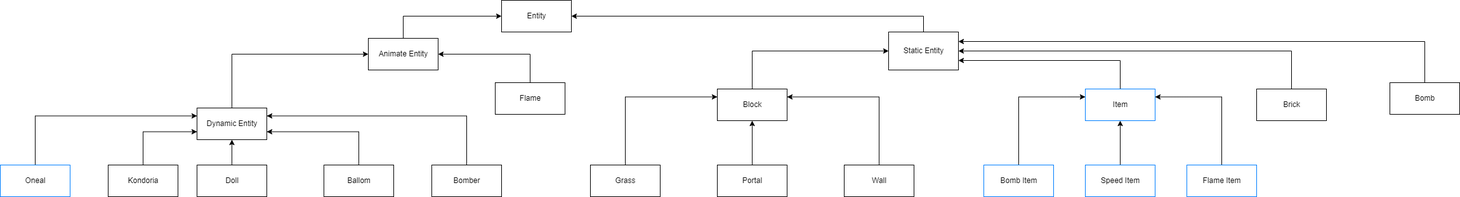
The draw.io diagram UML.png in Andrew-Bu1/BomberMan, before a commit. Source tidied: cells renumbered, new cells last; positions are measured from the earlier drawing's top-left corner, leaving out a move shared by most shapes.
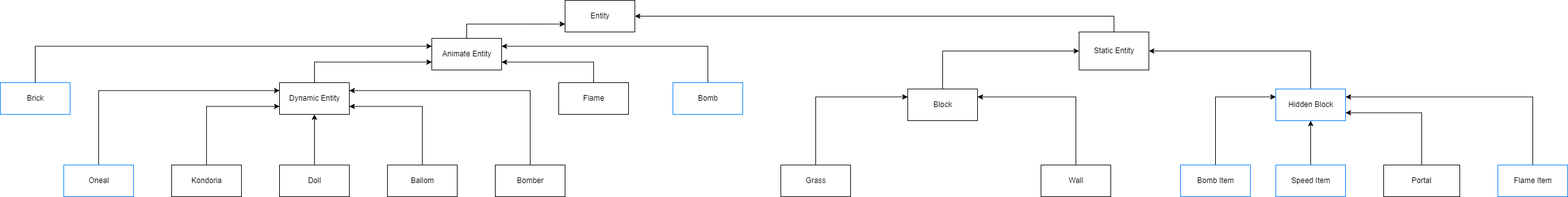
The same diagram one commit later.

Change to the diagram source:
```diff
@@ -5,7 +5,7 @@
     <mxCell id="2" value="Entity" style="html=1;" parent="1" vertex="1">
       <mxGeometry x="790" width="110" height="50" as="geometry" />
     </mxCell>
-    <mxCell id="3" style="edgeStyle=orthogonalEdgeStyle;rounded=0;jettySize=auto;html=1;exitX=0.5;exitY=0;exitDx=0;exitDy=0;entryX=0;entryY=0.5;entryDx=0;entryDy=0;" parent="1" edge="1" source="4" target="2">
+    <mxCell id="3" style="edgeStyle=orthogonalEdgeStyle;rounded=0;jettySize=auto;html=1;exitX=0.5;exitY=0;exitDx=0;exitDy=0;entryX=0;entryY=0.75;entryDx=0;entryDy=0;fillColor=#67AB9F;" parent="1" edge="1" source="4" target="2">
       <mxGeometry relative="1" as="geometry" />
     </mxCell>
     <mxCell id="4" value="Animate Entity" style="html=1;" parent="1" vertex="1">
@@ -15,19 +15,19 @@
       <mxGeometry relative="1" as="geometry" />
     </mxCell>
     <mxCell id="6" value="Static Entity" style="html=1;" parent="1" vertex="1">
-      <mxGeometry x="1400" y="50" width="110" height="60" as="geometry" />
+      <mxGeometry x="1600" y="50" width="110" height="60" as="geometry" />
     </mxCell>
-    <mxCell id="7" style="edgeStyle=orthogonalEdgeStyle;rounded=0;jettySize=auto;html=1;exitX=0.5;exitY=0;exitDx=0;exitDy=0;entryX=0;entryY=0.5;entryDx=0;entryDy=0;" parent="1" edge="1" source="8" target="4">
+    <mxCell id="7" style="edgeStyle=orthogonalEdgeStyle;rounded=0;jettySize=auto;html=1;exitX=0.5;exitY=0;exitDx=0;exitDy=0;entryX=0;entryY=0.75;entryDx=0;entryDy=0;fillColor=#67AB9F;" parent="1" edge="1" source="8" target="4">
       <mxGeometry relative="1" as="geometry" />
     </mxCell>
     <mxCell id="8" value="Dynamic Entity" style="html=1;" parent="1" vertex="1">
-      <mxGeometry x="310" y="170" width="110" height="50" as="geometry" />
+      <mxGeometry x="340" y="130" width="110" height="50" as="geometry" />
     </mxCell>
     <mxCell id="9" style="edgeStyle=orthogonalEdgeStyle;rounded=0;jettySize=auto;html=1;exitX=0.5;exitY=0;exitDx=0;exitDy=0;entryX=0.5;entryY=1;entryDx=0;entryDy=0;" parent="1" edge="1" source="10" target="8">
       <mxGeometry relative="1" as="geometry" />
     </mxCell>
     <mxCell id="10" value="Doll" style="html=1;" parent="1" vertex="1">
-      <mxGeometry x="310" y="260" width="110" height="50" as="geometry" />
+      <mxGeometry x="340" y="260" width="110" height="50" as="geometry" />
     </mxCell>
     <mxCell id="11" style="edgeStyle=orthogonalEdgeStyle;rounded=0;jettySize=auto;html=1;exitX=0.5;exitY=0;exitDx=0;exitDy=0;entryX=0;entryY=0.75;entryDx=0;entryDy=0;" parent="1" edge="1" source="12" target="8">
       <mxGeometry relative="1" as="geometry" />
@@ -53,7 +53,7 @@
     <mxCell id="18" value="Oneal" style="html=1;strokeColor=#007FFF;" parent="1" vertex="1">
       <mxGeometry y="260" width="110" height="50" as="geometry" />
     </mxCell>
-    <mxCell id="19" style="edgeStyle=orthogonalEdgeStyle;rounded=0;jettySize=auto;html=1;exitX=0.5;exitY=0;exitDx=0;exitDy=0;entryX=1;entryY=0.5;entryDx=0;entryDy=0;" parent="1" edge="1" source="20" target="4">
+    <mxCell id="19" style="edgeStyle=orthogonalEdgeStyle;rounded=0;jettySize=auto;html=1;exitX=0.5;exitY=0;exitDx=0;exitDy=0;entryX=1;entryY=0.75;entryDx=0;entryDy=0;fillColor=#67AB9F;" parent="1" edge="1" source="20" target="4">
       <mxGeometry relative="1" as="geometry" />
     </mxCell>
     <mxCell id="20" value="Flame" style="html=1;" parent="1" vertex="1">
@@ -63,61 +63,61 @@
       <mxGeometry relative="1" as="geometry" />
     </mxCell>
     <mxCell id="22" value="Block" style="html=1;" parent="1" vertex="1">
-      <mxGeometry x="1130" y="140" width="110" height="50" as="geometry" />
+      <mxGeometry x="1330" y="140" width="110" height="50" as="geometry" />
     </mxCell>
     <mxCell id="23" style="edgeStyle=orthogonalEdgeStyle;rounded=0;jettySize=auto;html=1;exitX=0.5;exitY=0;exitDx=0;exitDy=0;entryX=0;entryY=0.25;entryDx=0;entryDy=0;" parent="1" edge="1" source="24" target="22">
       <mxGeometry relative="1" as="geometry" />
     </mxCell>
     <mxCell id="24" value="Grass" style="html=1;" parent="1" vertex="1">
-      <mxGeometry x="930" y="260" width="110" height="50" as="geometry" />
+      <mxGeometry x="1130" y="260" width="110" height="50" as="geometry" />
     </mxCell>
-    <mxCell id="25" style="edgeStyle=orthogonalEdgeStyle;rounded=0;jettySize=auto;html=1;exitX=0.5;exitY=0;exitDx=0;exitDy=0;entryX=0.5;entryY=1;entryDx=0;entryDy=0;" parent="1" edge="1" source="26" target="22">
+    <mxCell id="25" style="edgeStyle=orthogonalEdgeStyle;rounded=0;jettySize=auto;html=1;exitX=0.5;exitY=0;exitDx=0;exitDy=0;entryX=1;entryY=0.25;entryDx=0;entryDy=0;" parent="1" edge="1" source="26" target="22">
       <mxGeometry relative="1" as="geometry" />
     </mxCell>
-    <mxCell id="26" value="Portal" style="html=1;" parent="1" vertex="1">
-      <mxGeometry x="1130" y="260" width="110" height="50" as="geometry" />
+    <mxCell id="26" value="Wall" style="html=1;" parent="1" vertex="1">
+      <mxGeometry x="1540" y="260" width="110" height="50" as="geometry" />
     </mxCell>
-    <mxCell id="27" style="edgeStyle=orthogonalEdgeStyle;rounded=0;jettySize=auto;html=1;exitX=0.5;exitY=0;exitDx=0;exitDy=0;entryX=1;entryY=0.25;entryDx=0;entryDy=0;fillColor=#67AB9F;" parent="1" edge="1" source="28" target="22">
-      <mxGeometry relative="1" as="geometry" />
-    </mxCell>
-    <mxCell id="28" value="Wall" style="html=1;" parent="1" vertex="1">
-      <mxGeometry x="1330" y="260" width="110" height="50" as="geometry" />
-    </mxCell>
-    <mxCell id="29" style="edgeStyle=orthogonalEdgeStyle;rounded=0;jettySize=auto;html=1;exitX=0.5;exitY=0;exitDx=0;exitDy=0;entryX=1;entryY=0.5;entryDx=0;entryDy=0;fillColor=#67AB9F;" parent="1" edge="1" source="30" target="6">
-      <mxGeometry relative="1" as="geometry" />
-    </mxCell>
-    <mxCell id="30" value="Brick" style="html=1;" parent="1" vertex="1">
-      <mxGeometry x="1980" y="140" width="110" height="50" as="geometry" />
-    </mxCell>
-    <mxCell id="31" style="edgeStyle=orthogonalEdgeStyle;rounded=0;jettySize=auto;html=1;exitX=0.5;exitY=0;exitDx=0;exitDy=0;entryX=1;entryY=0.25;entryDx=0;entryDy=0;fillColor=#67AB9F;" parent="1" edge="1" source="32" target="6">
-      <mxGeometry relative="1" as="geometry" />
-    </mxCell>
-    <mxCell id="32" value="Bomb" style="html=1;" parent="1" vertex="1">
-      <mxGeometry x="2190" y="130" width="110" height="50" as="geometry" />
-    </mxCell>
-    <mxCell id="33" style="edgeStyle=orthogonalEdgeStyle;rounded=0;jettySize=auto;html=1;exitX=0.5;exitY=0;exitDx=0;exitDy=0;entryX=1;entryY=0.75;entryDx=0;entryDy=0;fillColor=#67AB9F;" parent="1" edge="1" source="34" target="6">
+    <mxCell id="33" style="edgeStyle=orthogonalEdgeStyle;rounded=0;jettySize=auto;html=1;exitX=0.5;exitY=0;exitDx=0;exitDy=0;entryX=1;entryY=0.5;entryDx=0;entryDy=0;fillColor=#67AB9F;" parent="1" edge="1" source="34" target="6">
       <mxGeometry relative="1" as="geometry" />
     </mxCell>
-    <mxCell id="34" value="Item" style="html=1;strokeColor=#007FFF;" parent="1" vertex="1">
-      <mxGeometry x="1710" y="140" width="110" height="50" as="geometry" />
+    <mxCell id="34" value="Hidden Block" style="html=1;strokeColor=#007FFF;" parent="1" vertex="1">
+      <mxGeometry x="1910" y="140" width="110" height="50" as="geometry" />
     </mxCell>
     <mxCell id="35" style="edgeStyle=orthogonalEdgeStyle;rounded=0;jettySize=auto;html=1;exitX=0.5;exitY=0;exitDx=0;exitDy=0;entryX=0;entryY=0.25;entryDx=0;entryDy=0;fillColor=#67AB9F;" parent="1" edge="1" source="36" target="34">
       <mxGeometry relative="1" as="geometry" />
     </mxCell>
     <mxCell id="36" value="Bomb Item" style="html=1;strokeColor=#007FFF;" parent="1" vertex="1">
-      <mxGeometry x="1550" y="260" width="110" height="50" as="geometry" />
+      <mxGeometry x="1760" y="260" width="110" height="50" as="geometry" />
     </mxCell>
     <mxCell id="37" style="edgeStyle=orthogonalEdgeStyle;rounded=0;jettySize=auto;html=1;exitX=0.5;exitY=0;exitDx=0;exitDy=0;entryX=0.5;entryY=1;entryDx=0;entryDy=0;fillColor=#67AB9F;" parent="1" edge="1" source="38" target="34">
       <mxGeometry relative="1" as="geometry" />
     </mxCell>
     <mxCell id="38" value="Speed Item" style="html=1;strokeColor=#007FFF;" parent="1" vertex="1">
-      <mxGeometry x="1710" y="260" width="110" height="50" as="geometry" />
+      <mxGeometry x="1910" y="260" width="110" height="50" as="geometry" />
     </mxCell>
     <mxCell id="39" style="edgeStyle=orthogonalEdgeStyle;rounded=0;jettySize=auto;html=1;exitX=0.5;exitY=0;exitDx=0;exitDy=0;entryX=1;entryY=0.25;entryDx=0;entryDy=0;fillColor=#67AB9F;" parent="1" edge="1" source="40" target="34">
       <mxGeometry relative="1" as="geometry" />
     </mxCell>
     <mxCell id="40" value="Flame Item" style="html=1;strokeColor=#007FFF;" parent="1" vertex="1">
-      <mxGeometry x="1870" y="260" width="110" height="50" as="geometry" />
+      <mxGeometry x="2260" y="260" width="110" height="50" as="geometry" />
     </mxCell>
+    <mxCell id="41" style="edgeStyle=orthogonalEdgeStyle;rounded=0;jettySize=auto;html=1;exitX=0.5;exitY=0;exitDx=0;exitDy=0;entryX=0;entryY=0.25;entryDx=0;entryDy=0;fillColor=#67AB9F;" parent="1" edge="1" source="30" target="4">
+      <mxGeometry relative="1" as="geometry" />
+    </mxCell>
+    <mxCell id="30" value="Brick" style="html=1;strokeColor=#007FFF;" parent="1" vertex="1">
+      <mxGeometry x="-100" y="130" width="110" height="50" as="geometry" />
+    </mxCell>
+    <mxCell id="42" style="edgeStyle=orthogonalEdgeStyle;rounded=0;jettySize=auto;html=1;exitX=0.5;exitY=0;exitDx=0;exitDy=0;entryX=1;entryY=0.25;entryDx=0;entryDy=0;fillColor=#67AB9F;" parent="1" edge="1" source="32" target="4">
+      <mxGeometry relative="1" as="geometry" />
+    </mxCell>
+    <mxCell id="32" value="Bomb" style="html=1;strokeColor=#007FFF;" parent="1" vertex="1">
+      <mxGeometry x="960" y="130" width="110" height="50" as="geometry" />
+    </mxCell>
+    <mxCell id="43" style="edgeStyle=orthogonalEdgeStyle;rounded=0;jettySize=auto;html=1;exitX=0.5;exitY=0;exitDx=0;exitDy=0;entryX=1;entryY=0.75;entryDx=0;entryDy=0;" parent="1" edge="1" source="44" target="34">
+      <mxGeometry relative="1" as="geometry" />
+    </mxCell>
+    <mxCell id="44" value="Portal" style="rounded=0;whiteSpace=wrap;html=1;" parent="1" vertex="1">
+      <mxGeometry x="2080" y="260" width="120" height="50" as="geometry" />
+    </mxCell>
   </root>
 </mxGraphModel>
```
